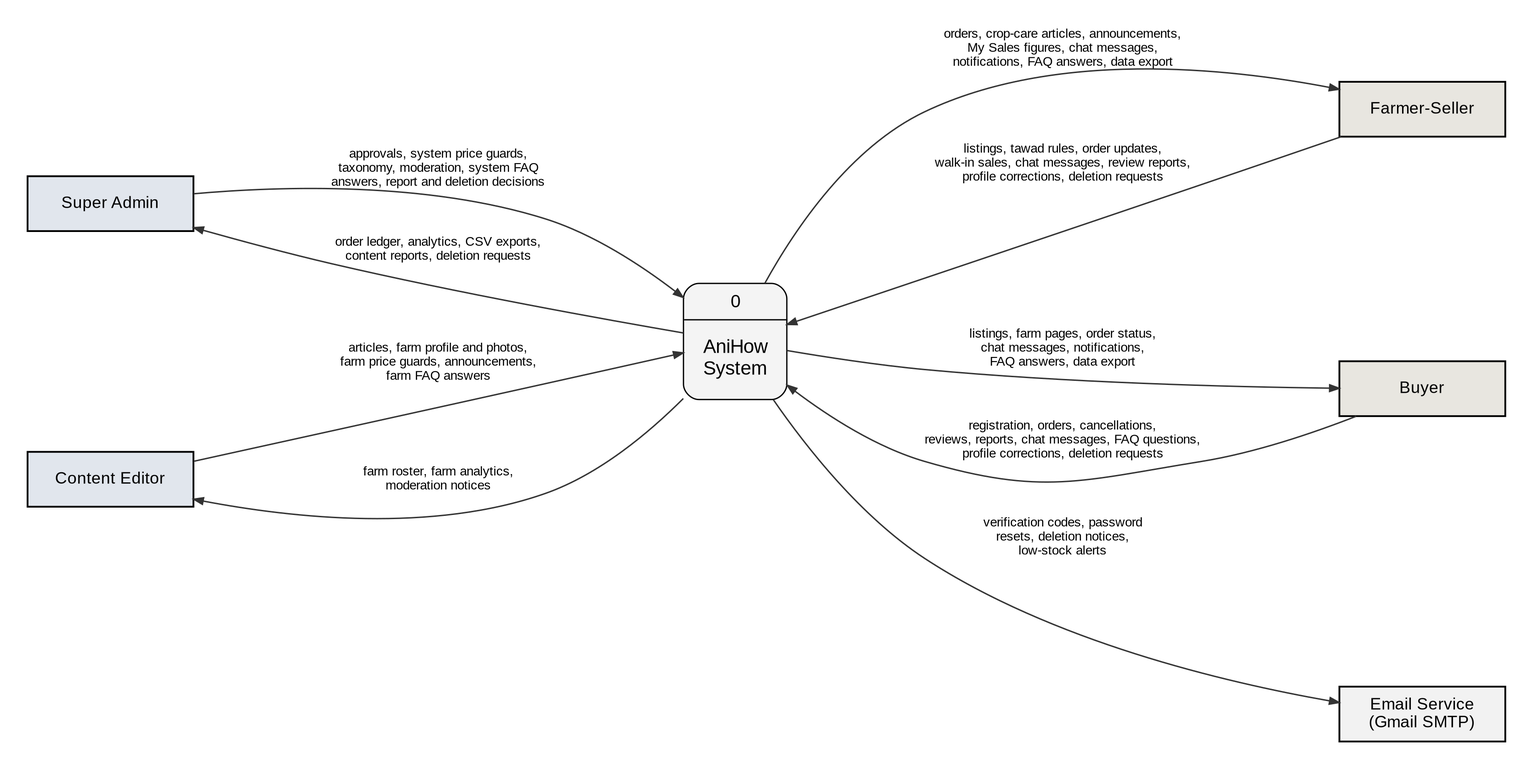
Above: docs/manuscript/figures/fig6_context_dfd.png in shawncastaneda11-commits/anihow-backend (Graphviz), before the change. Its source is kept beside it as docs/manuscript/figures/src/fig6_context_dfd.dot.
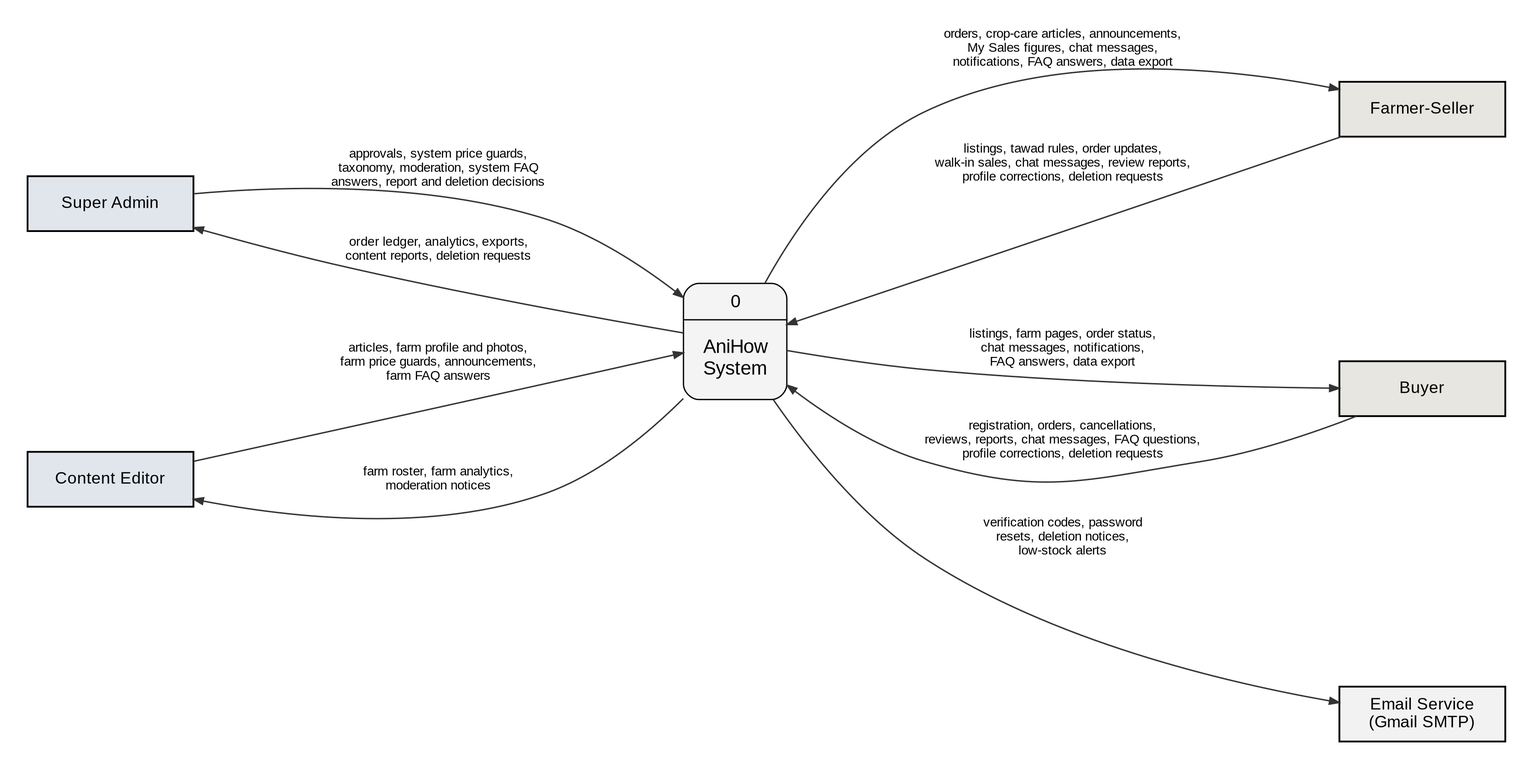
Later version of the same file.

Diff of the diagram source:
```diff
@@ -15,7 +15,7 @@
        <TR><TD CELLPADDING="14"><FONT POINT-SIZE="15">AniHow<BR/>System</FONT></TD></TR></TABLE>>];
 
   sa -> sys [label="approvals, system price guards,\ntaxonomy, moderation, system FAQ\nanswers, report and deletion decisions"];
-  sys -> sa [label="order ledger, analytics, CSV exports,\ncontent reports, deletion requests"];
+  sys -> sa [label="order ledger, analytics, exports,\ncontent reports, deletion requests"];
 
   ce -> sys [label="articles, farm profile and photos,\nfarm price guards, announcements,\nfarm FAQ answers"];
   sys -> ce [label="farm roster, farm analytics,\nmoderation notices"];
```
